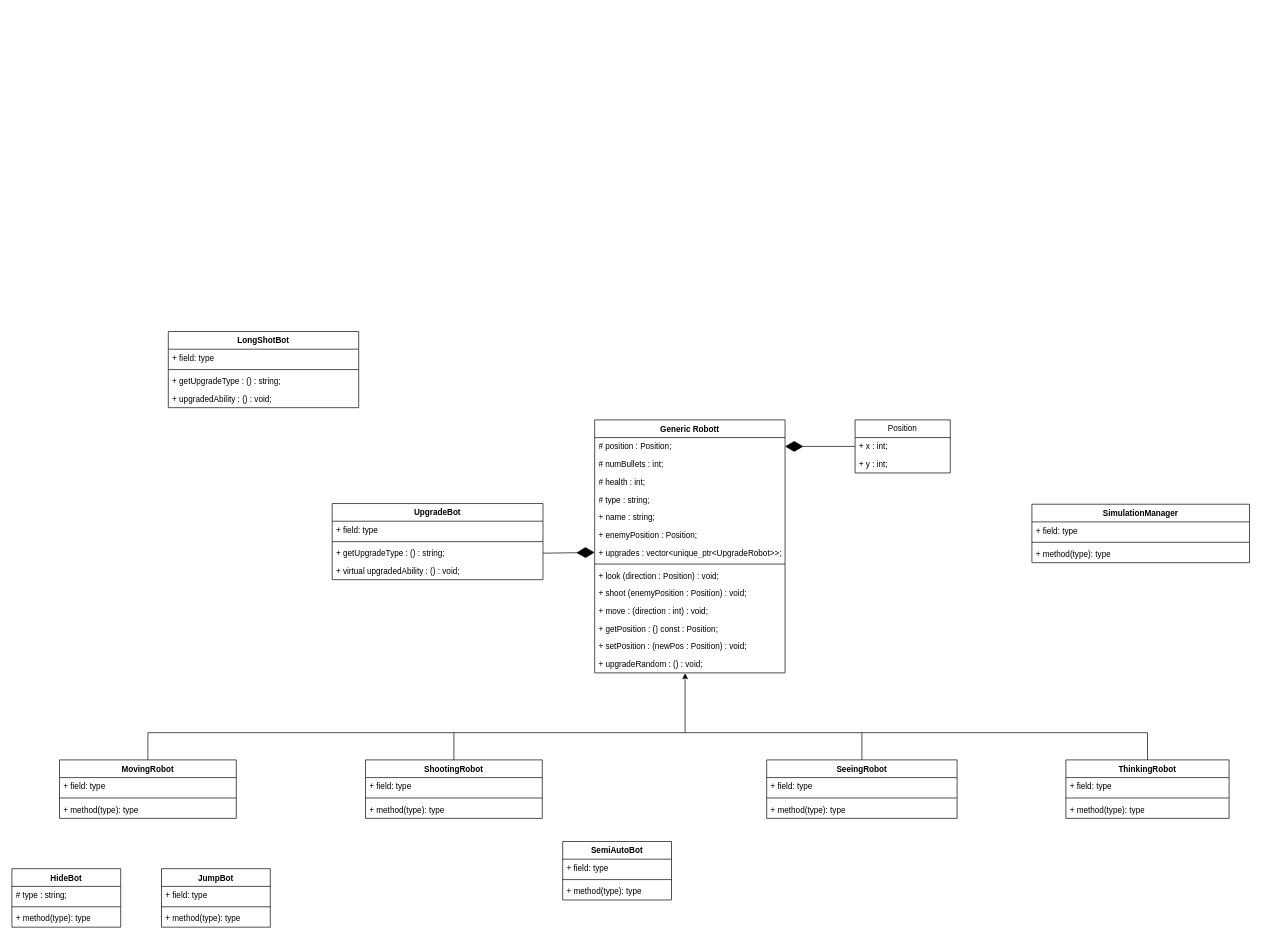
The draw.io diagram class (1).drawio in mohammadmuazzam/oopds, before the edit. Source tidied: cells renumbered, new cells numbered last; positions are measured from the earlier drawing's top-left corner, leaving out a move shared by most shapes. Both pictures are drawn from the tidied source at 68%, with x=0, y=0 at pixel (12, 331).
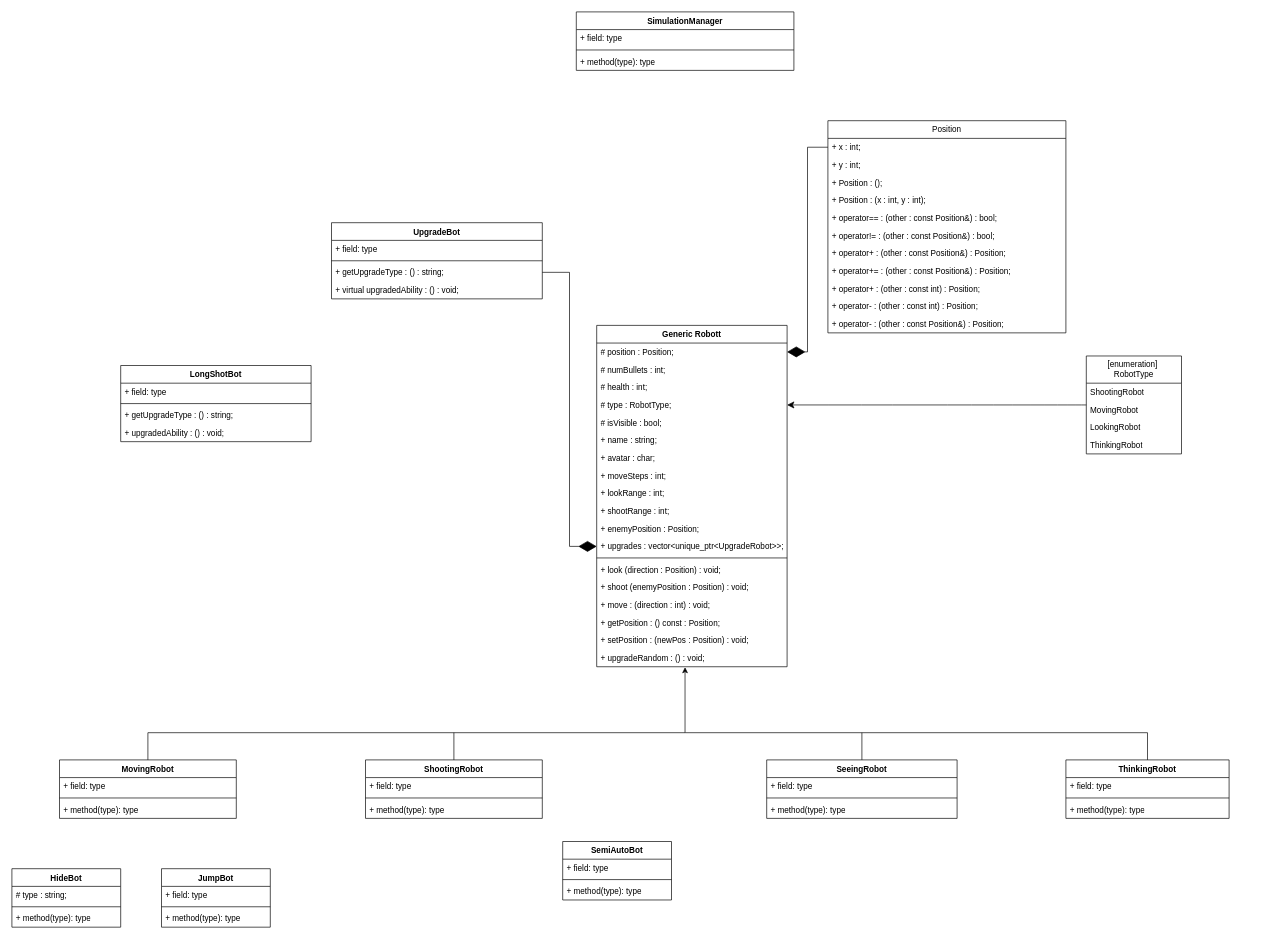
The same diagram, later.

Commit message:
genericRobot, position, done,

Unchanged cells that the change refers to:
```xml
<mxCell id="3" value="# position : Position;" style="text;strokeColor=none;fillColor=none;align=left;verticalAlign=top;spacingLeft=4;spacingRight=4;overflow=hidden;points=[[0,0.5],[1,0.5]];portConstraint=eastwest;whiteSpace=wrap;html=1;" parent="2" vertex="1">
  <mxGeometry y="26" width="280" height="26" as="geometry" />
</mxCell>
<mxCell id="22" value="MovingRobot" style="swimlane;fontStyle=1;align=center;verticalAlign=top;horizontal=1;startSize=26;whiteSpace=wrap;html=1;" parent="1" vertex="1">
  <mxGeometry x="70" y="630" width="260" height="86" as="geometry" />
</mxCell>
<mxCell id="65" value="+ getUpgradeType : () : string;" style="text;strokeColor=none;fillColor=none;align=left;verticalAlign=top;spacingLeft=4;spacingRight=4;overflow=hidden;points=[[0,0.5],[1,0.5]];portConstraint=eastwest;whiteSpace=wrap;html=1;" parent="62" vertex="1">
  <mxGeometry y="60" width="310" height="26" as="geometry" />
</mxCell>
```

Change to the diagram source:
```diff
@@
     <mxCell id="2" value="Generic Robott" style="swimlane;fontStyle=1;align=center;verticalAlign=top;horizontal=1;startSize=26;whiteSpace=wrap;html=1;" parent="1" vertex="1">
-      <mxGeometry x="857" y="130" width="280" height="372" as="geometry" />
+      <mxGeometry x="860" y="-9" width="280" height="502" as="geometry" />
     </mxCell>
@@
-    <mxCell id="6" value="# type : string;" style="text;strokeColor=none;fillColor=none;align=left;verticalAlign=top;spacingLeft=4;spacingRight=4;overflow=hidden;points=[[0,0.5],[1,0.5]];portConstraint=eastwest;whiteSpace=wrap;html=1;" parent="2" vertex="1">
+    <mxCell id="6" value="# type : RobotType;" style="text;strokeColor=none;fillColor=none;align=left;verticalAlign=top;spacingLeft=4;spacingRight=4;overflow=hidden;points=[[0,0.5],[1,0.5]];portConstraint=eastwest;whiteSpace=wrap;html=1;" parent="2" vertex="1">
       <mxGeometry y="104" width="280" height="26" as="geometry" />
     </mxCell>
+    <mxCell id="68" value="# isVisible : bool;" style="text;strokeColor=none;fillColor=none;align=left;verticalAlign=top;spacingLeft=4;spacingRight=4;overflow=hidden;whiteSpace=wrap;html=1;" parent="2" vertex="1">
+      <mxGeometry y="130" width="280" height="26" as="geometry" />
+    </mxCell>
+    <mxCell id="69" value="+ name : string;" style="text;strokeColor=none;fillColor=none;align=left;verticalAlign=top;spacingLeft=4;spacingRight=4;overflow=hidden;whiteSpace=wrap;html=1;" parent="2" vertex="1">
+      <mxGeometry y="156" width="280" height="26" as="geometry" />
+    </mxCell>
+    <mxCell id="70" value="+ avatar : char;" style="text;strokeColor=none;fillColor=none;align=left;verticalAlign=top;spacingLeft=4;spacingRight=4;overflow=hidden;whiteSpace=wrap;html=1;" parent="2" vertex="1">
+      <mxGeometry y="182" width="280" height="26" as="geometry" />
+    </mxCell>
-    <mxCell id="7" value="+ name : string;" style="text;strokeColor=none;fillColor=none;align=left;verticalAlign=top;spacingLeft=4;spacingRight=4;overflow=hidden;whiteSpace=wrap;html=1;" parent="2" vertex="1">
-      <mxGeometry y="130" width="280" height="26" as="geometry" />
+    <mxCell id="7" value="+ moveSteps : int;" style="text;strokeColor=none;fillColor=none;align=left;verticalAlign=top;spacingLeft=4;spacingRight=4;overflow=hidden;whiteSpace=wrap;html=1;" parent="2" vertex="1">
+      <mxGeometry y="208" width="280" height="26" as="geometry" />
     </mxCell>
+    <mxCell id="71" value="+ lookRange : int;" style="text;strokeColor=none;fillColor=none;align=left;verticalAlign=top;spacingLeft=4;spacingRight=4;overflow=hidden;whiteSpace=wrap;html=1;" parent="2" vertex="1">
+      <mxGeometry y="234" width="280" height="26" as="geometry" />
+    </mxCell>
+    <mxCell id="72" value="+ shootRange : int;" style="text;strokeColor=none;fillColor=none;align=left;verticalAlign=top;spacingLeft=4;spacingRight=4;overflow=hidden;whiteSpace=wrap;html=1;" parent="2" vertex="1">
+      <mxGeometry y="260" width="280" height="26" as="geometry" />
+    </mxCell>
     <mxCell id="8" value="+ enemyPosition : Position;" style="text;strokeColor=none;fillColor=none;align=left;verticalAlign=top;spacingLeft=4;spacingRight=4;overflow=hidden;whiteSpace=wrap;html=1;" parent="2" vertex="1">
-      <mxGeometry y="156" width="280" height="26" as="geometry" />
+      <mxGeometry y="286" width="280" height="26" as="geometry" />
     </mxCell>
     <mxCell id="9" value="+ upgrades : vector&amp;lt;unique_ptr&amp;lt;UpgradeRobot&amp;gt;&amp;gt;;" style="text;strokeColor=none;fillColor=none;align=left;verticalAlign=top;spacingLeft=4;spacingRight=4;overflow=hidden;points=[[0,0.5],[1,0.5]];portConstraint=eastwest;whiteSpace=wrap;html=1;" parent="2" vertex="1">
-      <mxGeometry y="182" width="280" height="26" as="geometry" />
+      <mxGeometry y="312" width="280" height="26" as="geometry" />
     </mxCell>
     <mxCell id="10" style="line;strokeWidth=1;fillColor=none;align=left;verticalAlign=middle;spacingTop=-1;spacingLeft=3;spacingRight=3;labelPosition=right;strokeColor=inherit;" parent="2" vertex="1">
-      <mxGeometry y="208" width="280" height="8" as="geometry" />
+      <mxGeometry y="338" width="280" height="8" as="geometry" />
     </mxCell>
     <mxCell id="11" value="+ look (direction : Position) : void;" style="text;strokeColor=none;fillColor=none;align=left;verticalAlign=top;spacingLeft=4;spacingRight=4;overflow=hidden;whiteSpace=wrap;html=1;" parent="2" vertex="1">
-      <mxGeometry y="216" width="280" height="26" as="geometry" />
+      <mxGeometry y="346" width="280" height="26" as="geometry" />
     </mxCell>
     <mxCell id="12" value="+ shoot (enemyPosition : Position) : void;" style="text;strokeColor=none;fillColor=none;align=left;verticalAlign=top;spacingLeft=4;spacingRight=4;overflow=hidden;whiteSpace=wrap;html=1;" parent="2" vertex="1">
-      <mxGeometry y="242" width="280" height="26" as="geometry" />
+      <mxGeometry y="372" width="280" height="26" as="geometry" />
     </mxCell>
     <mxCell id="13" value="&lt;div&gt;+ move : (direction : int) : void;&lt;/div&gt;" style="text;strokeColor=none;fillColor=none;align=left;verticalAlign=top;spacingLeft=4;spacingRight=4;overflow=hidden;whiteSpace=wrap;html=1;" parent="2" vertex="1">
-      <mxGeometry y="268" width="280" height="26" as="geometry" />
+      <mxGeometry y="398" width="280" height="26" as="geometry" />
     </mxCell>
     <mxCell id="14" value="+ getPosition : () const : Position;&lt;div&gt;&lt;br&gt;&lt;/div&gt;" style="text;strokeColor=none;fillColor=none;align=left;verticalAlign=top;spacingLeft=4;spacingRight=4;overflow=hidden;whiteSpace=wrap;html=1;" parent="2" vertex="1">
-      <mxGeometry y="294" width="280" height="26" as="geometry" />
+      <mxGeometry y="424" width="280" height="26" as="geometry" />
     </mxCell>
     <mxCell id="15" value="+ setPosition : (newPos : Position) : void;&lt;div&gt;&lt;br&gt;&lt;/div&gt;" style="text;strokeColor=none;fillColor=none;align=left;verticalAlign=top;spacingLeft=4;spacingRight=4;overflow=hidden;whiteSpace=wrap;html=1;" parent="2" vertex="1">
-      <mxGeometry y="320" width="280" height="26" as="geometry" />
+      <mxGeometry y="450" width="280" height="26" as="geometry" />
     </mxCell>
     <mxCell id="16" value="+ upgradeRandom : () : void;" style="text;strokeColor=none;fillColor=none;align=left;verticalAlign=top;spacingLeft=4;spacingRight=4;overflow=hidden;points=[[0,0.5],[1,0.5]];portConstraint=eastwest;whiteSpace=wrap;html=1;" parent="2" vertex="1">
-      <mxGeometry y="346" width="280" height="26" as="geometry" />
+      <mxGeometry y="476" width="280" height="26" as="geometry" />
     </mxCell>
     <mxCell id="17" value="Position" style="swimlane;fontStyle=0;horizontal=1;startSize=26;fillColor=none;whiteSpace=wrap;html=1;" parent="1" vertex="1">
-      <mxGeometry x="1240" y="130" width="140" height="78" as="geometry" />
+      <mxGeometry x="1200" y="-310" width="350" height="312" as="geometry" />
     </mxCell>
     <mxCell id="18" value="+ x : int;" style="text;strokeColor=none;fillColor=none;align=left;verticalAlign=top;spacingLeft=4;spacingRight=4;overflow=hidden;points=[[0,0.5],[1,0.5]];portConstraint=eastwest;whiteSpace=wrap;html=1;" parent="17" vertex="1">
-      <mxGeometry y="26" width="140" height="26" as="geometry" />
+      <mxGeometry y="26" width="350" height="26" as="geometry" />
     </mxCell>
     <mxCell id="19" value="+ y : int;" style="text;strokeColor=none;fillColor=none;align=left;verticalAlign=top;spacingLeft=4;spacingRight=4;overflow=hidden;whiteSpace=wrap;html=1;" parent="17" vertex="1">
-      <mxGeometry y="52" width="140" height="26" as="geometry" />
+      <mxGeometry y="52" width="350" height="26" as="geometry" />
     </mxCell>
-    <mxCell id="20" style="endArrow=diamondThin;endFill=1;endSize=24;html=1;rounded=0;entryX=1;entryY=0.5;entryDx=0;entryDy=0;exitX=0;exitY=0.5;exitDx=0;exitDy=0;" parent="1" edge="1" source="18" target="3">
-      <mxGeometry relative="1" as="geometry" />
-    </mxCell>
+    <mxCell id="73" value="+ Position : ();&lt;div&gt;&lt;br&gt;&lt;/div&gt;" style="text;strokeColor=none;fillColor=none;align=left;verticalAlign=top;spacingLeft=4;spacingRight=4;overflow=hidden;whiteSpace=wrap;html=1;" parent="17" vertex="1">
+      <mxGeometry y="78" width="350" height="26" as="geometry" />
+    </mxCell>
+    <mxCell id="74" value="+ Position : (x : int, y : int);&lt;div&gt;&lt;br&gt;&lt;/div&gt;" style="text;strokeColor=none;fillColor=none;align=left;verticalAlign=top;spacingLeft=4;spacingRight=4;overflow=hidden;whiteSpace=wrap;html=1;" parent="17" vertex="1">
+      <mxGeometry y="104" width="350" height="26" as="geometry" />
+    </mxCell>
+    <mxCell id="75" value="&lt;div&gt;+ operator== : (other : const Position&amp;amp;) : bool;&lt;/div&gt;" style="text;strokeColor=none;fillColor=none;align=left;verticalAlign=top;spacingLeft=4;spacingRight=4;overflow=hidden;whiteSpace=wrap;html=1;" parent="17" vertex="1">
+      <mxGeometry y="130" width="350" height="26" as="geometry" />
+    </mxCell>
+    <mxCell id="76" value="&lt;div&gt;+ operator!= : (other : const Position&amp;amp;) : bool;&lt;/div&gt;" style="text;strokeColor=none;fillColor=none;align=left;verticalAlign=top;spacingLeft=4;spacingRight=4;overflow=hidden;whiteSpace=wrap;html=1;" parent="17" vertex="1">
+      <mxGeometry y="156" width="350" height="26" as="geometry" />
+    </mxCell>
+    <mxCell id="77" value="&lt;div&gt;+ operator+ : (other : const Position&amp;amp;) : Position;&lt;/div&gt;" style="text;strokeColor=none;fillColor=none;align=left;verticalAlign=top;spacingLeft=4;spacingRight=4;overflow=hidden;whiteSpace=wrap;html=1;" parent="17" vertex="1">
+      <mxGeometry y="182" width="350" height="26" as="geometry" />
+    </mxCell>
+    <mxCell id="78" value="&lt;div&gt;+ operator+= : (other : const Position&amp;amp;) : Position;&lt;/div&gt;" style="text;strokeColor=none;fillColor=none;align=left;verticalAlign=top;spacingLeft=4;spacingRight=4;overflow=hidden;whiteSpace=wrap;html=1;" parent="17" vertex="1">
+      <mxGeometry y="208" width="350" height="26" as="geometry" />
+    </mxCell>
+    <mxCell id="79" value="&lt;div&gt;+ operator+ : (other : const int) : Position;&lt;/div&gt;" style="text;strokeColor=none;fillColor=none;align=left;verticalAlign=top;spacingLeft=4;spacingRight=4;overflow=hidden;whiteSpace=wrap;html=1;" parent="17" vertex="1">
+      <mxGeometry y="234" width="350" height="26" as="geometry" />
+    </mxCell>
+    <mxCell id="80" value="&lt;div&gt;+ operator- : (other : const int) : Position;&lt;/div&gt;" style="text;strokeColor=none;fillColor=none;align=left;verticalAlign=top;spacingLeft=4;spacingRight=4;overflow=hidden;whiteSpace=wrap;html=1;" parent="17" vertex="1">
+      <mxGeometry y="260" width="350" height="26" as="geometry" />
+    </mxCell>
+    <mxCell id="81" value="+ operator- : (other : const Position&amp;amp;) : Position;" style="text;strokeColor=none;fillColor=none;align=left;verticalAlign=top;spacingLeft=4;spacingRight=4;overflow=hidden;whiteSpace=wrap;html=1;" parent="17" vertex="1">
+      <mxGeometry y="286" width="350" height="26" as="geometry" />
+    </mxCell>
-    <mxCell id="21" style="edgeStyle=orthogonalEdgeStyle;rounded=0;jettySize=auto;html=1;entryX=0.475;entryY=1.027;entryDx=0;entryDy=0;entryPerimeter=0;" parent="1" edge="1" source="22" target="16">
+    <mxCell id="21" style="edgeStyle=orthogonalEdgeStyle;rounded=0;jettySize=auto;html=1;entryX=0.464;entryY=1.031;entryDx=0;entryDy=0;entryPerimeter=0;" parent="1" edge="1" source="22" target="16">
       <mxGeometry relative="1" as="geometry">
         <Array as="points">
           <mxPoint x="200" y="590" />
           <mxPoint x="990" y="590" />
         </Array>
       </mxGeometry>
     </mxCell>
@@
     <mxCell id="49" value="LongShotBot" style="swimlane;fontStyle=1;align=center;verticalAlign=top;horizontal=1;startSize=26;whiteSpace=wrap;html=1;" parent="1" vertex="1">
-      <mxGeometry x="230" width="280" height="112" as="geometry" />
+      <mxGeometry x="160" y="50" width="280" height="112" as="geometry" />
     </mxCell>
@@
     <mxCell id="58" value="SimulationManager" style="swimlane;fontStyle=1;align=center;verticalAlign=top;horizontal=1;startSize=26;whiteSpace=wrap;html=1;" parent="1" vertex="1">
-      <mxGeometry x="1500" y="254" width="320" height="86" as="geometry" />
+      <mxGeometry x="830" y="-470" width="320" height="86" as="geometry" />
     </mxCell>
@@
     <mxCell id="62" value="UpgradeBot" style="swimlane;fontStyle=1;align=center;verticalAlign=top;horizontal=1;startSize=26;whiteSpace=wrap;html=1;" parent="1" vertex="1">
-      <mxGeometry x="471" y="253" width="310" height="112" as="geometry" />
+      <mxGeometry x="470" y="-160" width="310" height="112" as="geometry" />
     </mxCell>
@@
-    <mxCell id="67" style="endArrow=diamondThin;endFill=1;endSize=24;html=1;rounded=0;entryX=0;entryY=0.5;entryDx=0;entryDy=0;exitX=1;exitY=0.5;exitDx=0;exitDy=0;" parent="1" edge="1" source="65" target="9">
-      <mxGeometry relative="1" as="geometry" />
+    <mxCell id="67" style="endArrow=diamondThin;endFill=1;endSize=24;html=1;rounded=0;entryX=0;entryY=0.5;entryDx=0;entryDy=0;exitX=1;exitY=0.5;exitDx=0;exitDy=0;edgeStyle=elbowEdgeStyle;" parent="1" edge="1" source="65" target="9">
+      <mxGeometry relative="1" as="geometry">
+        <Array as="points">
+          <mxPoint x="820" y="110" />
+        </Array>
+      </mxGeometry>
     </mxCell>
+    <mxCell id="82" style="edgeStyle=none;curved=1;rounded=0;jettySize=auto;html=1;entryX=1;entryY=0.5;entryDx=0;entryDy=0;fontSize=12;startSize=8;endSize=8;" parent="1" edge="1" source="83" target="6">
+      <mxGeometry relative="1" as="geometry" />
+    </mxCell>
+    <mxCell id="83" value="[enumeration]&amp;nbsp;&lt;div&gt;RobotType&lt;/div&gt;" style="swimlane;fontStyle=0;horizontal=1;startSize=40;fillColor=none;whiteSpace=wrap;html=1;" parent="1" vertex="1">
+      <mxGeometry x="1580" y="36" width="140" height="144" as="geometry" />
+    </mxCell>
+    <mxCell id="84" value="ShootingRobot" style="text;strokeColor=none;fillColor=none;align=left;verticalAlign=top;spacingLeft=4;spacingRight=4;overflow=hidden;whiteSpace=wrap;html=1;" parent="83" vertex="1">
+      <mxGeometry y="40" width="140" height="26" as="geometry" />
+    </mxCell>
+    <mxCell id="85" value="MovingRobot" style="text;strokeColor=none;fillColor=none;align=left;verticalAlign=top;spacingLeft=4;spacingRight=4;overflow=hidden;whiteSpace=wrap;html=1;" parent="83" vertex="1">
+      <mxGeometry y="66" width="140" height="26" as="geometry" />
+    </mxCell>
+    <mxCell id="86" value="LookingRobot" style="text;strokeColor=none;fillColor=none;align=left;verticalAlign=top;spacingLeft=4;spacingRight=4;overflow=hidden;whiteSpace=wrap;html=1;" parent="83" vertex="1">
+      <mxGeometry y="92" width="140" height="26" as="geometry" />
+    </mxCell>
+    <mxCell id="87" value="ThinkingRobot" style="text;strokeColor=none;fillColor=none;align=left;verticalAlign=top;spacingLeft=4;spacingRight=4;overflow=hidden;whiteSpace=wrap;html=1;" parent="83" vertex="1">
+      <mxGeometry y="118" width="140" height="26" as="geometry" />
+    </mxCell>
+    <mxCell id="20" style="endArrow=diamondThin;endFill=1;endSize=24;html=1;rounded=0;entryX=1;entryY=0.5;entryDx=0;entryDy=0;exitX=0;exitY=0.5;exitDx=0;exitDy=0;edgeStyle=elbowEdgeStyle;" parent="1" edge="1" source="18" target="3">
+      <mxGeometry relative="1" as="geometry" />
+    </mxCell>
```
